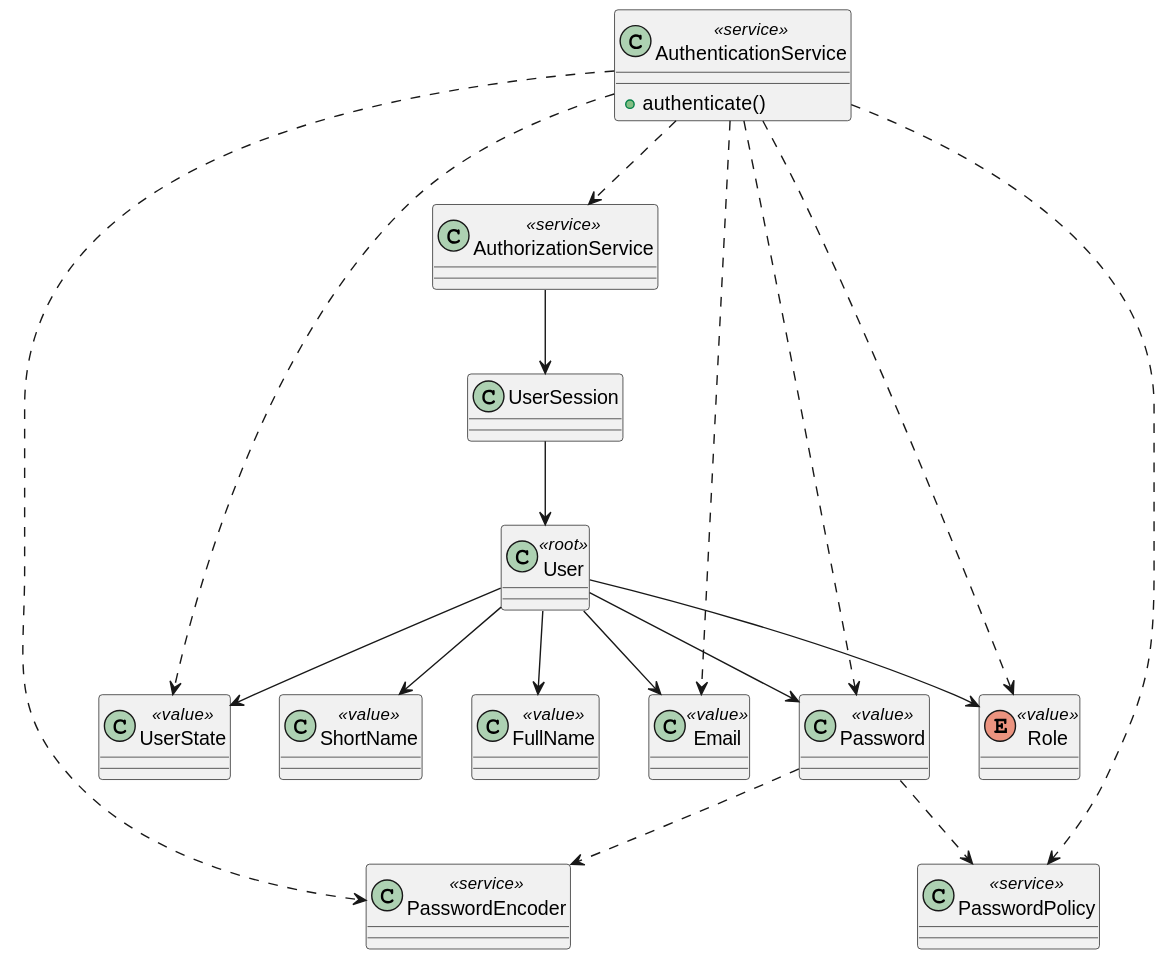
brunacosta03/sem4pi_22_23 keeps this PlantUML diagram as docs/SPRINT A/US_G006/Design/Class_Diagram.svg. Above is the earlier version.
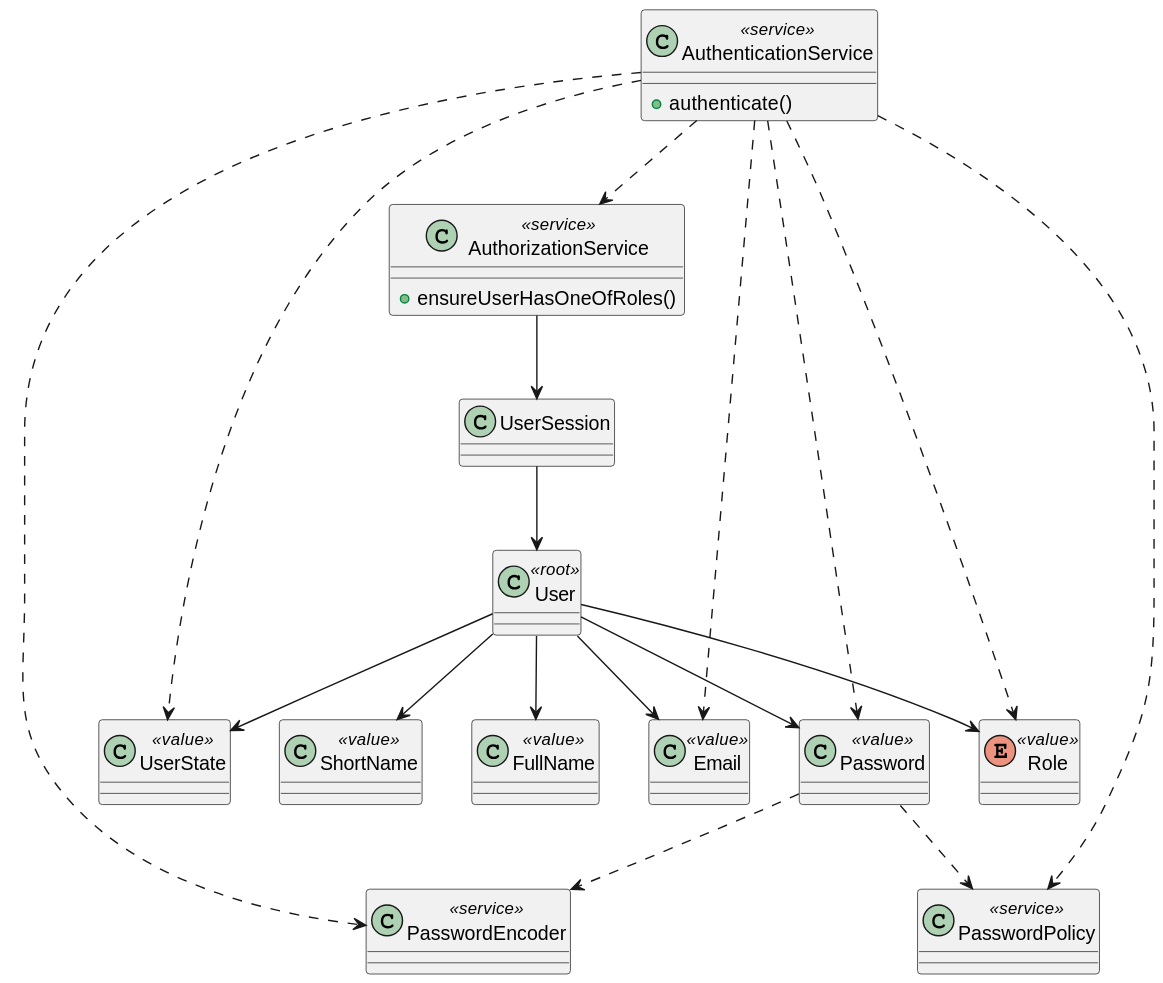
The same diagram one commit later.

Commit message:
docs: slight correction on the auth component class diagram #5

Diff of the diagram source:
```diff
@@ -4,6 +4,7 @@
 }
 
 class AuthorizationService <<service>> {
+    + ensureUserHasOneOfRoles()
 }
 
 class PasswordEncoder <<service>> {
```
